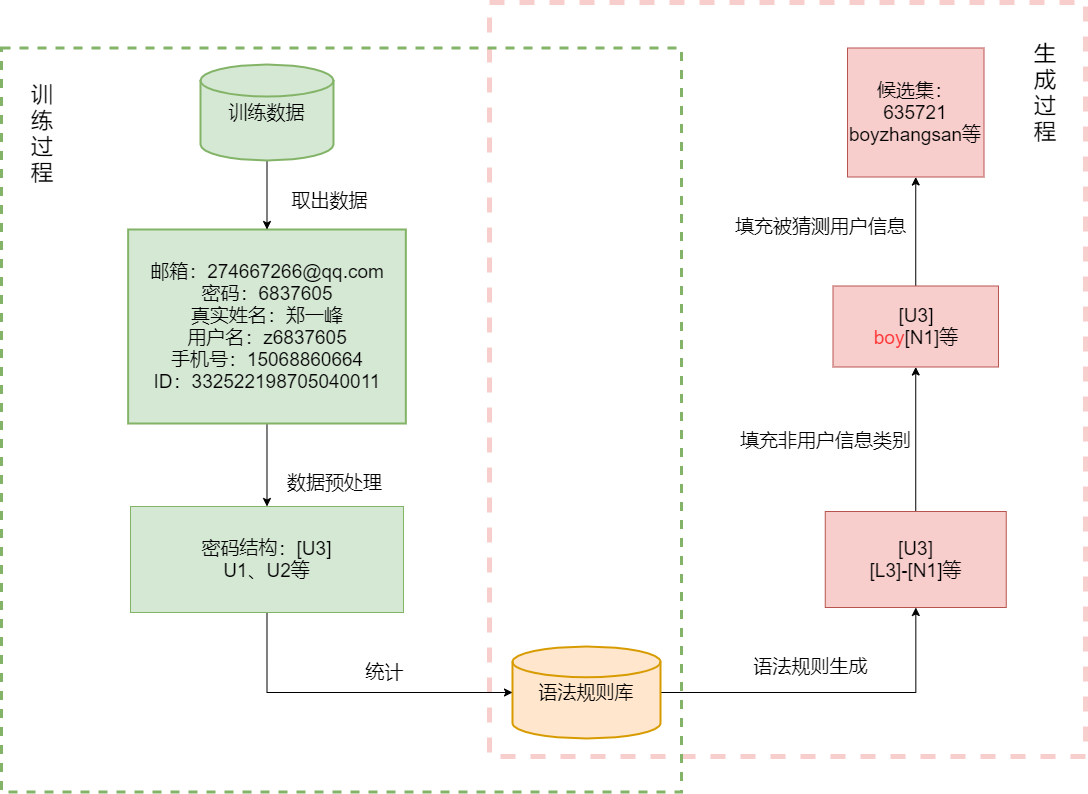
The draw.io diagram pcfg.drawio.png in lakomi/pictures, before a commit. Source tidied: cells renumbered, new cells last; positions are measured from the earlier drawing's top-left corner, leaving out a move shared by most shapes.
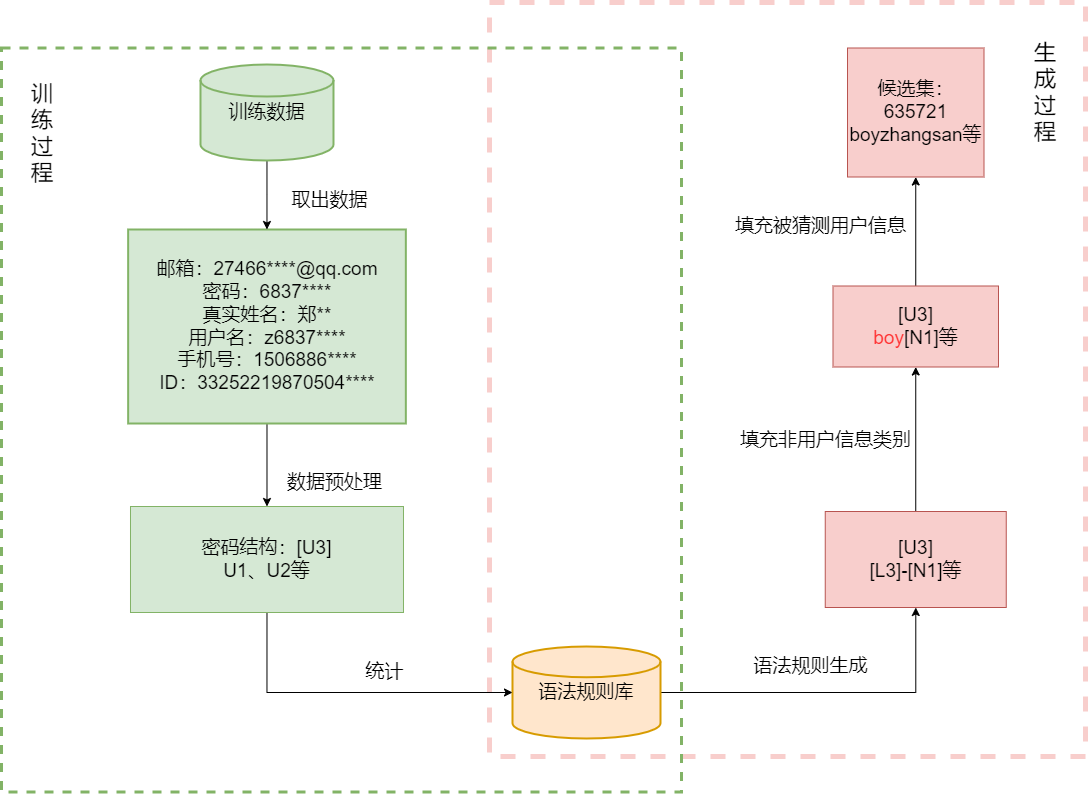
The same file after the commit.

What changed in the source:
```diff
@@ -11,7 +11,7 @@
     <mxCell id="4" style="edgeStyle=orthogonalEdgeStyle;rounded=0;jettySize=auto;html=1;exitX=0.5;exitY=1;exitDx=0;exitDy=0;fontSize=19;" parent="1" edge="1" source="5" target="13">
       <mxGeometry relative="1" as="geometry" />
     </mxCell>
-    <mxCell id="5" value="邮箱：274667266@qq.com&lt;br style=&quot;font-size: 19px;&quot;&gt;密码：6837605&lt;br style=&quot;font-size: 19px;&quot;&gt;真实姓名：郑一峰&lt;br style=&quot;font-size: 19px;&quot;&gt;用户名：z6837605&lt;br style=&quot;font-size: 19px;&quot;&gt;手机号：15068860664&lt;br style=&quot;font-size: 19px;&quot;&gt;ID：332522198705040011" style="whiteSpace=wrap;html=1;fontSize=19;strokeWidth=2;fillColor=#d5e8d4;strokeColor=#82b366;" parent="1" vertex="1">
+    <mxCell id="5" value="邮箱：27466****@qq.com&lt;br style=&quot;font-size: 19px;&quot;&gt;密码：6837****&lt;br style=&quot;font-size: 19px;&quot;&gt;真实姓名：郑**&lt;br style=&quot;font-size: 19px;&quot;&gt;用户名：z6837****&lt;br style=&quot;font-size: 19px;&quot;&gt;手机号：1506886****&lt;br style=&quot;font-size: 19px;&quot;&gt;ID：33252219870504****" style="whiteSpace=wrap;html=1;fontSize=19;strokeWidth=2;fillColor=#d5e8d4;strokeColor=#82b366;" parent="1" vertex="1">
       <mxGeometry x="126.6" y="227" width="277.7" height="194" as="geometry" />
     </mxCell>
     <mxCell id="6" style="edgeStyle=orthogonalEdgeStyle;rounded=0;jettySize=auto;html=1;fontSize=19;" parent="1" edge="1" source="7" target="5">
```
